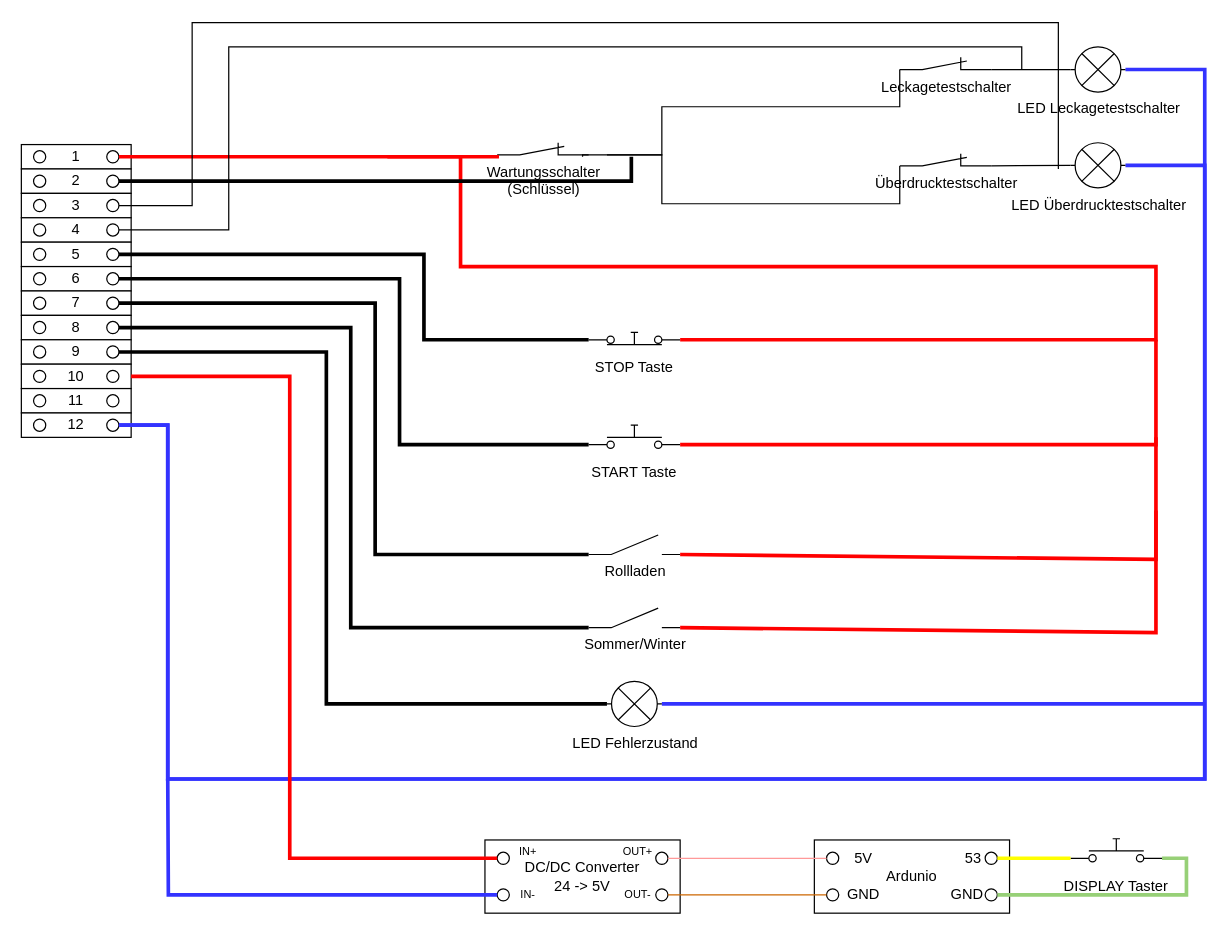
This is Dokumentation/Schaltplan_Steuereinheit.drawio from oprobst/compressor-monitor, a draw.io file, before an edit. Source tidied: cells renumbered, new cells numbered last; positions are measured from the earlier drawing's top-left corner, leaving out a move shared by most shapes. Both pictures are drawn from the tidied source at 122%, with x=0, y=0 at pixel (21, 22).
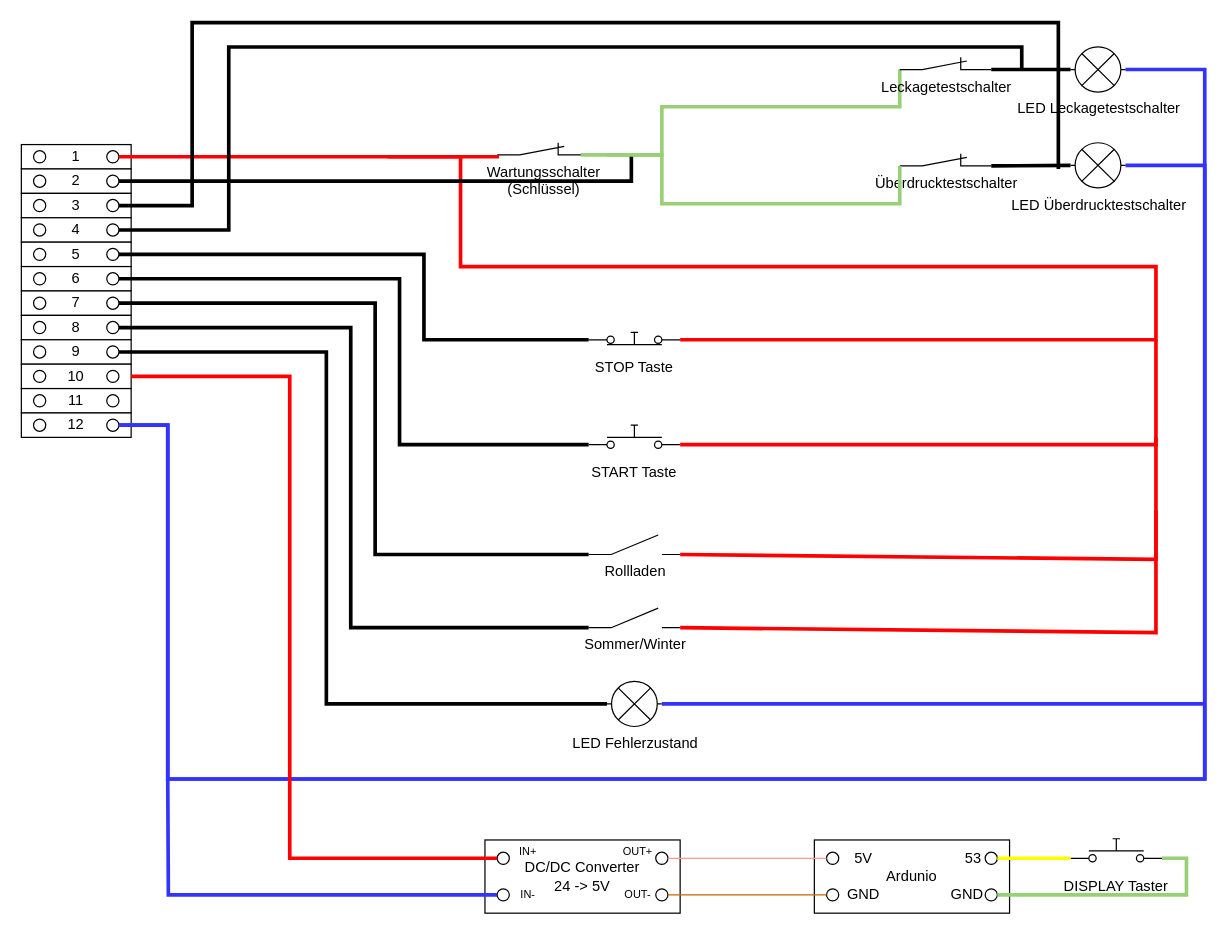
The same diagram, later.

Unchanged cells that the change refers to:
```xml
<mxCell id="13" style="ellipse;whiteSpace=wrap;html=1;" parent="11" vertex="1">
  <mxGeometry x="70" y="5" width="10" height="10" as="geometry" />
</mxCell>
<mxCell id="17" style="ellipse;whiteSpace=wrap;html=1;" parent="15" vertex="1">
  <mxGeometry x="70" y="5" width="10" height="10" as="geometry" />
</mxCell>
<mxCell id="55" value="LED Überdrucktestschalter" style="verticalLabelPosition=bottom;shadow=0;dashed=0;align=center;html=1;verticalAlign=top;shape=mxgraph.electrical.miscellaneous.light_bulb;" parent="1" vertex="1">
  <mxGeometry x="860" y="98.5" width="45" height="37" as="geometry" />
</mxCell>
<mxCell id="72" value="Leckagetestschalter" style="verticalLabelPosition=bottom;shadow=0;dashed=0;align=center;html=1;verticalAlign=top;shape=mxgraph.electrical.electro-mechanical.break_contact;" parent="1" vertex="1">
  <mxGeometry x="720" y="28.5" width="75" height="10" as="geometry" />
</mxCell>
<mxCell id="74" value="Überdrucktestschalter" style="verticalLabelPosition=bottom;shadow=0;dashed=0;align=center;html=1;verticalAlign=top;shape=mxgraph.electrical.electro-mechanical.break_contact;" parent="1" vertex="1">
  <mxGeometry x="720" y="107.5" width="75" height="10" as="geometry" />
</mxCell>
<mxCell id="77" value="LED Leckagetestschalter" style="verticalLabelPosition=bottom;shadow=0;dashed=0;align=center;html=1;verticalAlign=top;shape=mxgraph.electrical.miscellaneous.light_bulb;" parent="1" vertex="1">
  <mxGeometry x="860" y="20" width="45" height="37" as="geometry" />
</mxCell>
```

The edit, as a diff of the source:
```diff
@@
-    <mxCell id="51" style="edgeStyle=orthogonalEdgeStyle;rounded=0;jettySize=auto;html=1;entryX=0;entryY=1;entryDx=0;entryDy=0;entryPerimeter=0;endArrow=none;endFill=0;" parent="1" edge="1" target="72">
+    <mxCell id="51" style="edgeStyle=orthogonalEdgeStyle;rounded=0;jettySize=auto;html=1;entryX=0;entryY=1;entryDx=0;entryDy=0;entryPerimeter=0;endArrow=none;endFill=0;strokeColor=#97D077;strokeWidth=3;" parent="1" edge="1" target="72">
       <mxGeometry relative="1" as="geometry">
         <mxPoint x="480" y="108.5" as="sourcePoint" />
         <Array as="points">
           <mxPoint x="525" y="109" />
           <mxPoint x="525" y="69" />
           <mxPoint x="720" y="69" />
           <mxPoint x="720" y="39" />
         </Array>
       </mxGeometry>
     </mxCell>
@@
-    <mxCell id="71" style="edgeStyle=orthogonalEdgeStyle;rounded=0;jettySize=auto;html=1;exitX=1;exitY=1;exitDx=0;exitDy=0;exitPerimeter=0;entryX=0;entryY=0.5;entryDx=0;entryDy=0;entryPerimeter=0;endArrow=none;endFill=0;" parent="1" edge="1" source="72" target="77">
+    <mxCell id="71" style="edgeStyle=orthogonalEdgeStyle;rounded=0;jettySize=auto;html=1;exitX=1;exitY=1;exitDx=0;exitDy=0;exitPerimeter=0;entryX=0;entryY=0.5;entryDx=0;entryDy=0;entryPerimeter=0;endArrow=none;endFill=0;strokeColor=#000000;strokeWidth=3;" parent="1" edge="1" source="72" target="77">
       <mxGeometry relative="1" as="geometry">
         <Array as="points">
           <mxPoint x="850" y="38.5" />
           <mxPoint x="850" y="38.5" />
         </Array>
       </mxGeometry>
     </mxCell>
@@
-    <mxCell id="73" style="edgeStyle=orthogonalEdgeStyle;rounded=0;jettySize=auto;html=1;entryX=0;entryY=0.5;entryDx=0;entryDy=0;entryPerimeter=0;endArrow=none;endFill=0;exitX=1;exitY=1;exitDx=0;exitDy=0;exitPerimeter=0;" parent="1" edge="1" source="74" target="55">
+    <mxCell id="73" style="edgeStyle=orthogonalEdgeStyle;rounded=0;jettySize=auto;html=1;entryX=0;entryY=0.5;entryDx=0;entryDy=0;entryPerimeter=0;endArrow=none;endFill=0;exitX=1;exitY=1;exitDx=0;exitDy=0;exitPerimeter=0;strokeColor=#000000;strokeWidth=3;" parent="1" edge="1" source="74" target="55">
       <mxGeometry relative="1" as="geometry">
         <Array as="points">
           <mxPoint x="795" y="117.5" />
           <mxPoint x="828" y="117.5" />
         </Array>
       </mxGeometry>
     </mxCell>
@@
-    <mxCell id="75" style="edgeStyle=orthogonalEdgeStyle;rounded=0;jettySize=auto;html=1;entryX=0;entryY=1;entryDx=0;entryDy=0;entryPerimeter=0;endArrow=none;endFill=0;" parent="1" edge="1" target="74">
+    <mxCell id="75" style="edgeStyle=orthogonalEdgeStyle;rounded=0;jettySize=auto;html=1;entryX=0;entryY=1;entryDx=0;entryDy=0;entryPerimeter=0;endArrow=none;endFill=0;strokeColor=#97D077;strokeWidth=3;" parent="1" edge="1" target="74">
       <mxGeometry relative="1" as="geometry">
         <mxPoint x="460" y="110" as="sourcePoint" />
         <Array as="points">
           <mxPoint x="525" y="108.5" />
           <mxPoint x="525" y="148.5" />
         </Array>
       </mxGeometry>
     </mxCell>
@@
-    <mxCell id="81" style="endArrow=none;html=1;rounded=0;exitX=1;exitY=0.5;exitDx=0;exitDy=0;" parent="1" edge="1" source="17">
+    <mxCell id="81" style="endArrow=none;html=1;rounded=0;exitX=1;exitY=0.5;exitDx=0;exitDy=0;strokeColor=#000000;strokeWidth=3;" parent="1" edge="1" source="17">
       <mxGeometry relative="1" as="geometry">
         <mxPoint x="820" y="38.5" as="targetPoint" />
         <Array as="points">
           <mxPoint x="170" y="170" />
           <mxPoint x="170" y="20" />
           <mxPoint x="820" y="20" />
         </Array>
       </mxGeometry>
     </mxCell>
-    <mxCell id="82" style="endArrow=none;html=1;rounded=0;exitX=1;exitY=0.5;exitDx=0;exitDy=0;" parent="1" edge="1" source="13">
+    <mxCell id="82" style="endArrow=none;html=1;rounded=0;exitX=1;exitY=0.5;exitDx=0;exitDy=0;strokeColor=#000000;strokeWidth=3;" parent="1" edge="1" source="13">
       <mxGeometry relative="1" as="geometry">
         <mxPoint x="850" y="120" as="targetPoint" />
         <Array as="points">
           <mxPoint x="140" y="150" />
           <mxPoint x="140" />
           <mxPoint x="850" />
         </Array>
       </mxGeometry>
     </mxCell>
```
